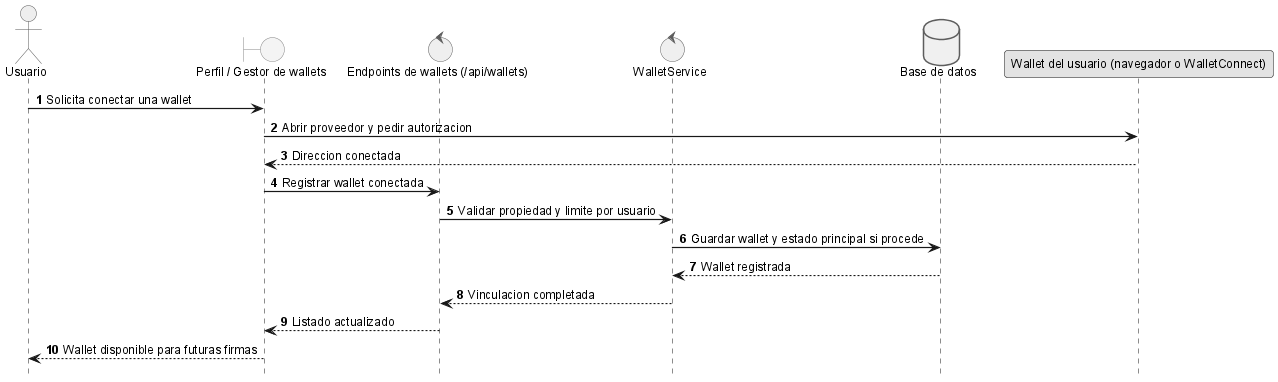
Above: anexos/diagramas/seq-connect-wallet.png in ErDeivih/DocumentChain (PlantUML), before the change.
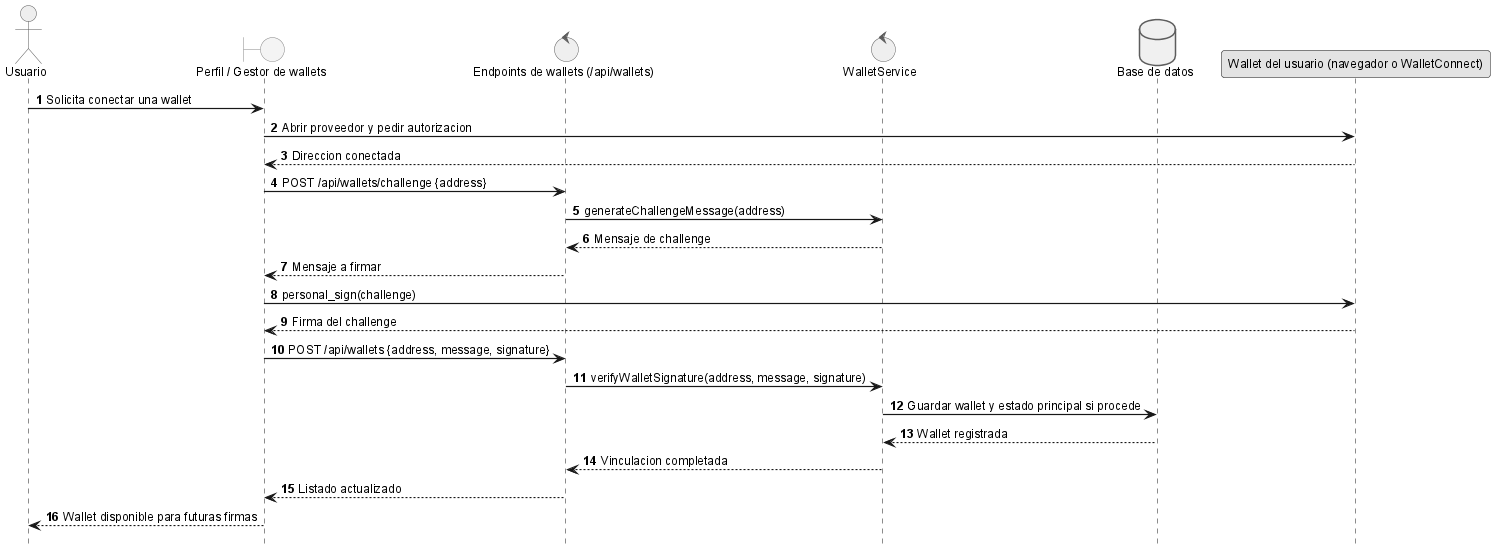
Later version of the same file.

Diff of the diagram source:
```diff
@@ -11,8 +11,15 @@
 ui -> wallet: Abrir proveedor y pedir autorizacion
 wallet --> ui: Direccion conectada
 
-ui -> api: Registrar wallet conectada
-api -> srv: Validar propiedad y limite por usuario
+ui -> api: POST /api/wallets/challenge {address}
+api -> srv: generateChallengeMessage(address)
+srv --> api: Mensaje de challenge
+api --> ui: Mensaje a firmar
+
+ui -> wallet: personal_sign(challenge)
+wallet --> ui: Firma del challenge
+ui -> api: POST /api/wallets {address, message, signature}
+api -> srv: verifyWalletSignature(address, message, signature)
 srv -> db: Guardar wallet y estado principal si procede
 db --> srv: Wallet registrada
 srv --> api: Vinculacion completada
```
